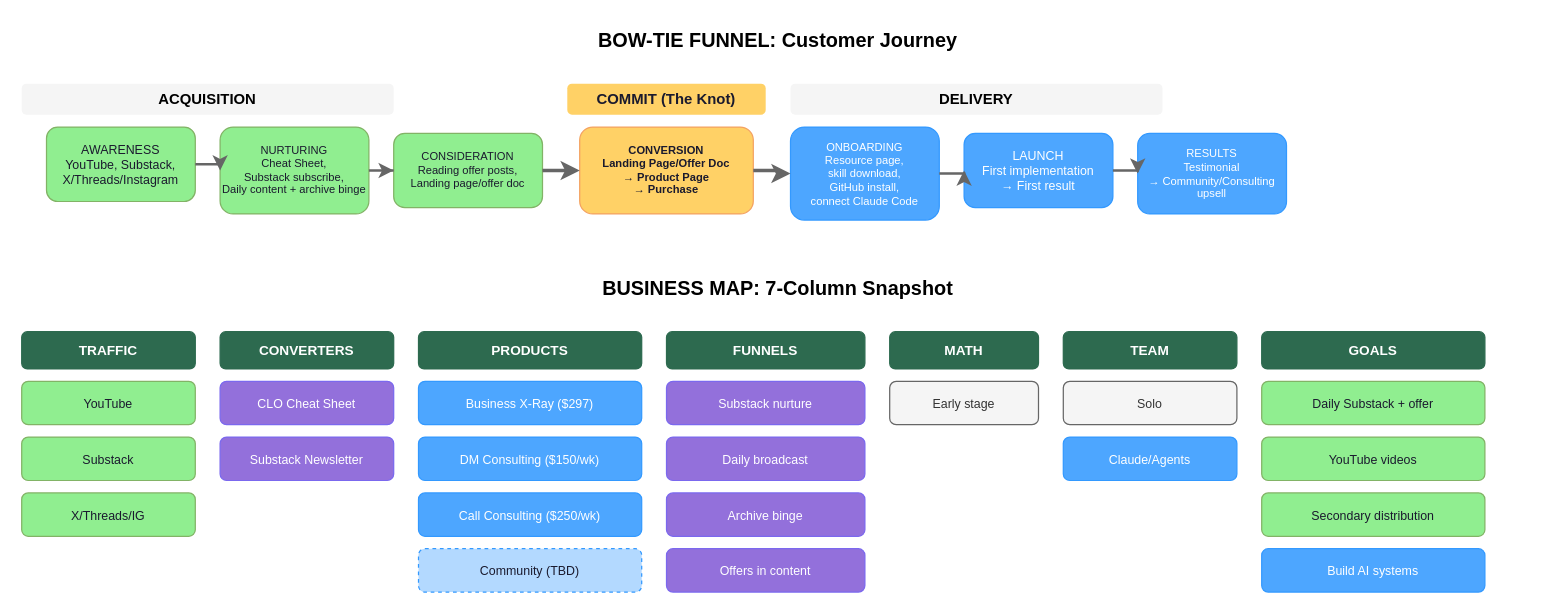
Before: page "Business Overview" (1 of 2) of diagrams/clo-business-x-ray.drawio in the2hourclo/business-x-ray, a draw.io diagram. Source tidied: cells renumbered, new cells numbered last; positions are measured from the earlier drawing's top-left corner, leaving out a move shared by most shapes. Both pictures are drawn from the tidied source at 124%, with x=0, y=0 at pixel (21, 21).
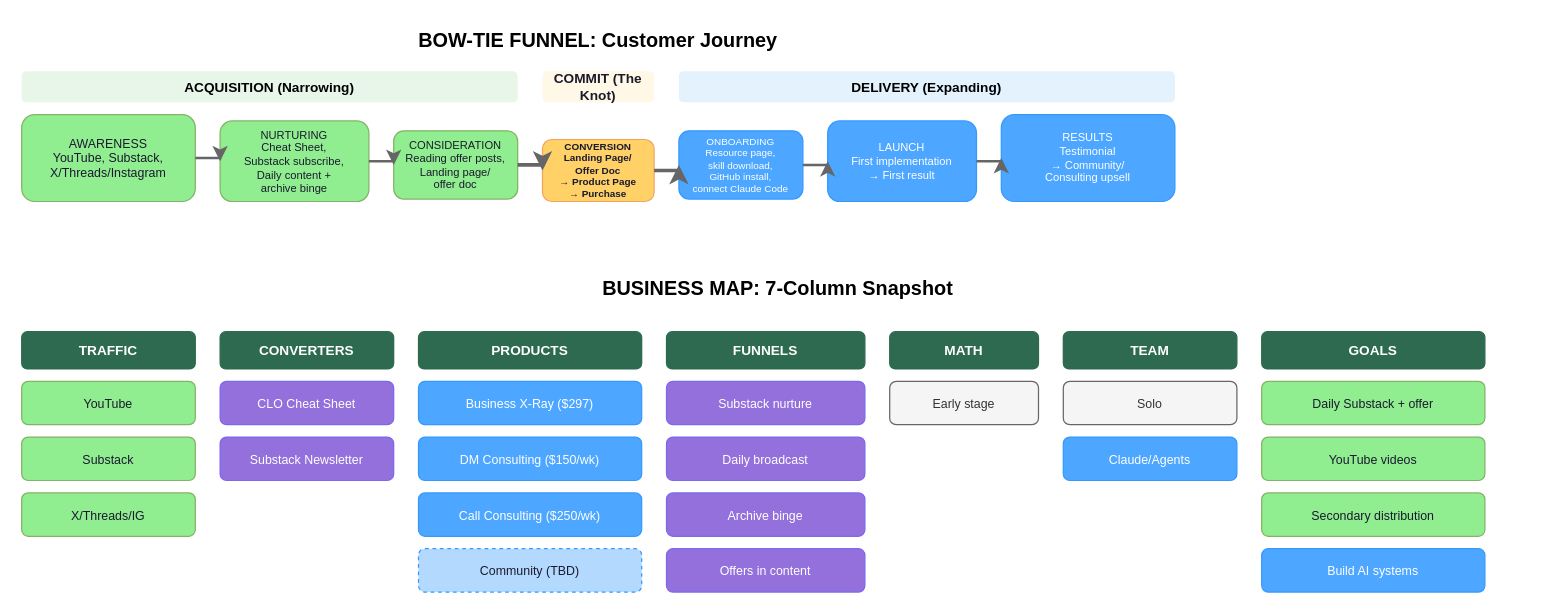
The same diagram, later.

Commit message:
Update Bow-Tie Funnel styling to match standards

- Visual narrowing: Awareness (wide) → Consideration (narrow)
- Visual expanding: Onboarding (narrow) → Results (wide)
- Proper section headers with color coding
- Knot emphasis at conversion point

What changed in the source:
```diff
@@
     <mxCell id="2" value="BOW-TIE FUNNEL: Customer Journey" style="text;html=1;strokeColor=none;fillColor=none;align=center;verticalAlign=middle;whiteSpace=wrap;rounded=0;fontSize=16;fontStyle=1;" parent="1" vertex="1">
-      <mxGeometry width="1220" height="30" as="geometry" />
+      <mxGeometry width="930" height="30" as="geometry" />
     </mxCell>
-    <mxCell id="3" value="ACQUISITION" style="text;html=1;strokeColor=none;fillColor=#f5f5f5;align=center;verticalAlign=middle;whiteSpace=wrap;rounded=1;fontSize=12;fontStyle=1;" parent="1" vertex="1">
-      <mxGeometry y="50" width="300" height="25" as="geometry" />
+    <mxCell id="3" value="ACQUISITION (Narrowing)" style="text;html=1;strokeColor=none;fillColor=#e8f5e9;align=center;verticalAlign=middle;whiteSpace=wrap;rounded=1;fontSize=11;fontStyle=1;" parent="1" vertex="1">
+      <mxGeometry y="40" width="400" height="25" as="geometry" />
     </mxCell>
     <mxCell id="4" value="AWARENESS&#10;YouTube, Substack,&#10;X/Threads/Instagram" style="rounded=1;whiteSpace=wrap;html=1;fillColor=#90EE90;strokeColor=#82b366;fontSize=10;fontColor=#1a1a2e;" parent="1" vertex="1">
-      <mxGeometry x="20" y="85" width="120" height="60" as="geometry" />
+      <mxGeometry y="75" width="140" height="70" as="geometry" />
     </mxCell>
-    <mxCell id="5" value="NURTURING&#10;Cheat Sheet,&#10;Substack subscribe,&#10;Daily content + archive binge" style="rounded=1;whiteSpace=wrap;html=1;fillColor=#90EE90;strokeColor=#82b366;fontSize=9;fontColor=#1a1a2e;" parent="1" vertex="1">
-      <mxGeometry x="160" y="85" width="120" height="70" as="geometry" />
+    <mxCell id="5" value="NURTURING&#10;Cheat Sheet,&#10;Substack subscribe,&#10;Daily content +&#10;archive binge" style="rounded=1;whiteSpace=wrap;html=1;fillColor=#90EE90;strokeColor=#82b366;fontSize=9;fontColor=#1a1a2e;" parent="1" vertex="1">
+      <mxGeometry x="160" y="80" width="120" height="65" as="geometry" />
     </mxCell>
-    <mxCell id="6" value="CONSIDERATION&#10;Reading offer posts,&#10;Landing page/offer doc" style="rounded=1;whiteSpace=wrap;html=1;fillColor=#90EE90;strokeColor=#82b366;fontSize=9;fontColor=#1a1a2e;" parent="1" vertex="1">
-      <mxGeometry x="300" y="90" width="120" height="60" as="geometry" />
+    <mxCell id="6" value="CONSIDERATION&#10;Reading offer posts,&#10;Landing page/&#10;offer doc" style="rounded=1;whiteSpace=wrap;html=1;fillColor=#90EE90;strokeColor=#82b366;fontSize=9;fontColor=#1a1a2e;" parent="1" vertex="1">
+      <mxGeometry x="300" y="88" width="100" height="55" as="geometry" />
     </mxCell>
-    <mxCell id="7" value="COMMIT (The Knot)" style="text;html=1;strokeColor=none;fillColor=#FFD166;align=center;verticalAlign=middle;whiteSpace=wrap;rounded=1;fontSize=12;fontStyle=1;fontColor=#1a1a2e;" parent="1" vertex="1">
-      <mxGeometry x="440" y="50" width="160" height="25" as="geometry" />
+    <mxCell id="7" value="COMMIT (The Knot)" style="text;html=1;strokeColor=none;fillColor=#fff8e6;align=center;verticalAlign=middle;whiteSpace=wrap;rounded=1;fontSize=11;fontStyle=1;fontColor=#1a1a2e;" parent="1" vertex="1">
+      <mxGeometry x="420" y="40" width="90" height="25" as="geometry" />
     </mxCell>
-    <mxCell id="8" value="CONVERSION&#10;Landing Page/Offer Doc&#10;→ Product Page&#10;→ Purchase" style="rounded=1;whiteSpace=wrap;html=1;fillColor=#FFD166;strokeColor=#f4a261;fontSize=9;fontColor=#1a1a2e;fontStyle=1;" parent="1" vertex="1">
-      <mxGeometry x="450" y="85" width="140" height="70" as="geometry" />
+    <mxCell id="8" value="CONVERSION&#10;Landing Page/&#10;Offer Doc&#10;→ Product Page&#10;→ Purchase" style="rounded=1;whiteSpace=wrap;html=1;fillColor=#FFD166;strokeColor=#f4a261;fontSize=8;fontColor=#1a1a2e;fontStyle=1;" parent="1" vertex="1">
+      <mxGeometry x="420" y="95" width="90" height="50" as="geometry" />
     </mxCell>
-    <mxCell id="9" value="DELIVERY" style="text;html=1;strokeColor=none;fillColor=#f5f5f5;align=center;verticalAlign=middle;whiteSpace=wrap;rounded=1;fontSize=12;fontStyle=1;" parent="1" vertex="1">
-      <mxGeometry x="620" y="50" width="300" height="25" as="geometry" />
+    <mxCell id="9" value="DELIVERY (Expanding)" style="text;html=1;strokeColor=none;fillColor=#e3f2fd;align=center;verticalAlign=middle;whiteSpace=wrap;rounded=1;fontSize=11;fontStyle=1;" parent="1" vertex="1">
+      <mxGeometry x="530" y="40" width="400" height="25" as="geometry" />
     </mxCell>
-    <mxCell id="10" value="ONBOARDING&#10;Resource page,&#10;skill download,&#10;GitHub install,&#10;connect Claude Code" style="rounded=1;whiteSpace=wrap;html=1;fillColor=#4DA6FF;strokeColor=#3399FF;fontSize=9;fontColor=#ffffff;" parent="1" vertex="1">
-      <mxGeometry x="620" y="85" width="120" height="75" as="geometry" />
+    <mxCell id="10" value="ONBOARDING&#10;Resource page,&#10;skill download,&#10;GitHub install,&#10;connect Claude Code" style="rounded=1;whiteSpace=wrap;html=1;fillColor=#4DA6FF;strokeColor=#3399FF;fontSize=8;fontColor=#ffffff;" parent="1" vertex="1">
+      <mxGeometry x="530" y="88" width="100" height="55" as="geometry" />
     </mxCell>
-    <mxCell id="11" value="LAUNCH&#10;First implementation&#10;→ First result" style="rounded=1;whiteSpace=wrap;html=1;fillColor=#4DA6FF;strokeColor=#3399FF;fontSize=10;fontColor=#ffffff;" parent="1" vertex="1">
-      <mxGeometry x="760" y="90" width="120" height="60" as="geometry" />
+    <mxCell id="11" value="LAUNCH&#10;First implementation&#10;→ First result" style="rounded=1;whiteSpace=wrap;html=1;fillColor=#4DA6FF;strokeColor=#3399FF;fontSize=9;fontColor=#ffffff;" parent="1" vertex="1">
+      <mxGeometry x="650" y="80" width="120" height="65" as="geometry" />
     </mxCell>
-    <mxCell id="12" value="RESULTS&#10;Testimonial&#10;→ Community/Consulting&#10;upsell" style="rounded=1;whiteSpace=wrap;html=1;fillColor=#4DA6FF;strokeColor=#3399FF;fontSize=9;fontColor=#ffffff;" parent="1" vertex="1">
-      <mxGeometry x="900" y="90" width="120" height="65" as="geometry" />
+    <mxCell id="12" value="RESULTS&#10;Testimonial&#10;→ Community/&#10;Consulting upsell" style="rounded=1;whiteSpace=wrap;html=1;fillColor=#4DA6FF;strokeColor=#3399FF;fontSize=9;fontColor=#ffffff;" parent="1" vertex="1">
+      <mxGeometry x="790" y="75" width="140" height="70" as="geometry" />
     </mxCell>
```
